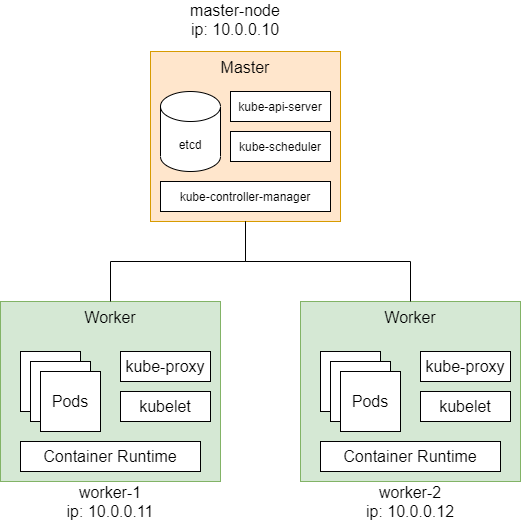
Earlier version of the draw.io export multi-node/kubeadm/images/multi_node.png (tkrisztian95/basic-k8s-dev-cluster-setup-examples). Source tidied: cells renumbered, new cells last; positions are measured from the earlier drawing's top-left corner, leaving out a move shared by most shapes.
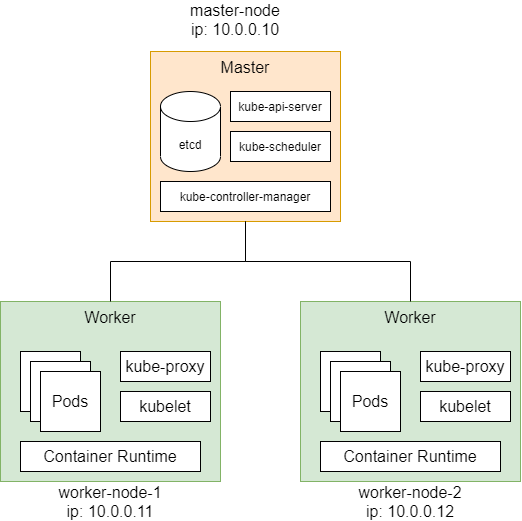
The same diagram one commit later.

Diff of the diagram source:
```diff
@@ -74,10 +74,10 @@
     <mxCell id="25" value="master-node&lt;br&gt;ip: 10.0.0.10" style="text;html=1;strokeColor=none;fillColor=none;align=center;verticalAlign=middle;whiteSpace=wrap;rounded=0;fontSize=16;" parent="1" vertex="1">
       <mxGeometry x="175" width="120" height="15" as="geometry" />
     </mxCell>
-    <mxCell id="26" value="worker-1&lt;br&gt;ip: 10.0.0.11" style="text;html=1;strokeColor=none;fillColor=none;align=center;verticalAlign=middle;whiteSpace=wrap;rounded=0;fontSize=16;" parent="1" vertex="1">
+    <mxCell id="26" value="worker-node-1&lt;br&gt;ip: 10.0.0.11" style="text;html=1;strokeColor=none;fillColor=none;align=center;verticalAlign=middle;whiteSpace=wrap;rounded=0;fontSize=16;" parent="1" vertex="1">
       <mxGeometry x="45" y="480" width="130" height="20" as="geometry" />
     </mxCell>
-    <mxCell id="27" value="worker-2&lt;br&gt;ip: 10.0.0.12" style="text;html=1;strokeColor=none;fillColor=none;align=center;verticalAlign=middle;whiteSpace=wrap;rounded=0;fontSize=16;" parent="1" vertex="1">
+    <mxCell id="27" value="worker-node-2&lt;br&gt;ip: 10.0.0.12" style="text;html=1;strokeColor=none;fillColor=none;align=center;verticalAlign=middle;whiteSpace=wrap;rounded=0;fontSize=16;" parent="1" vertex="1">
       <mxGeometry x="345" y="480" width="130" height="20" as="geometry" />
     </mxCell>
   </root>
```
